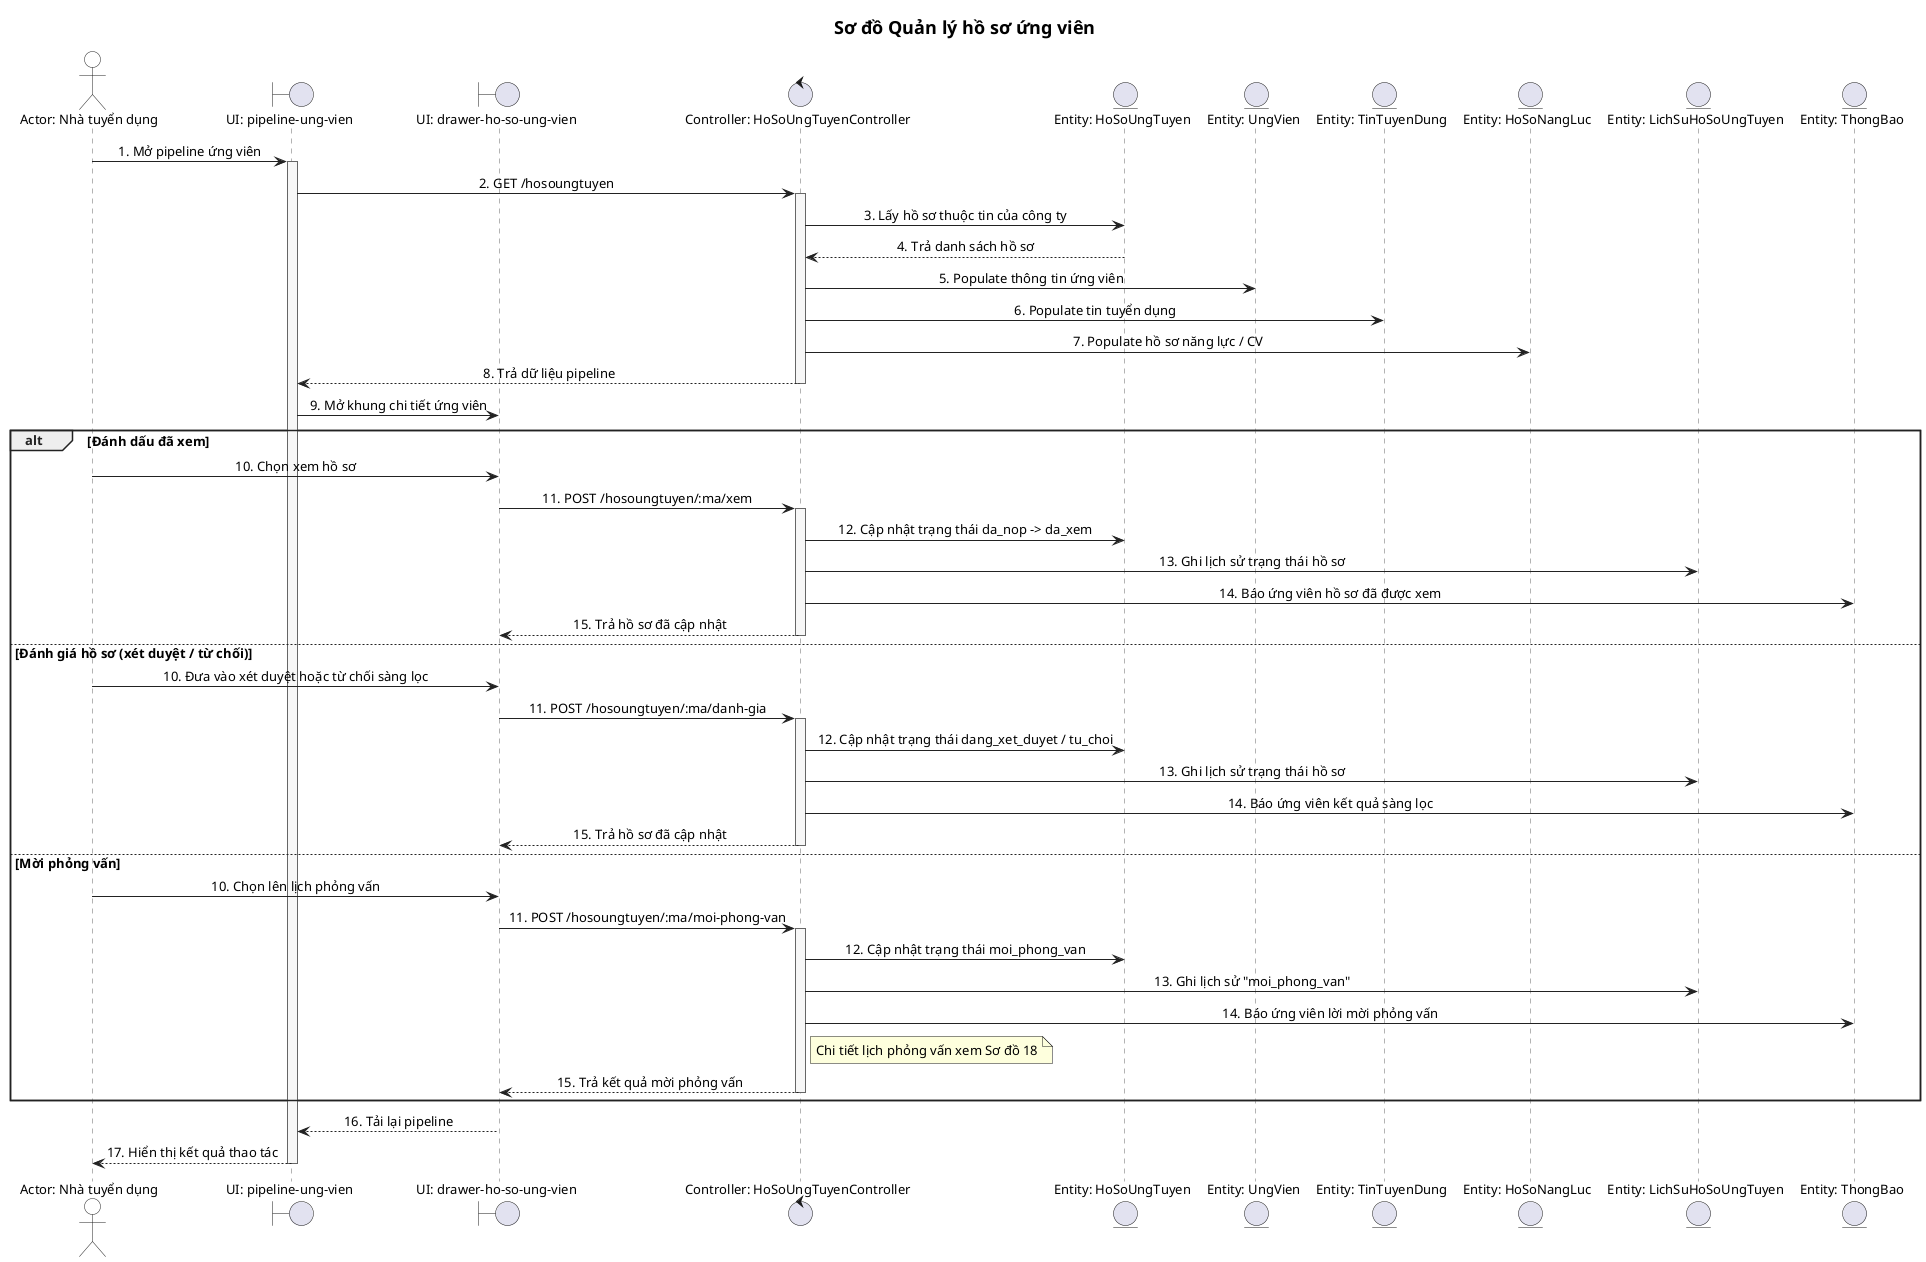
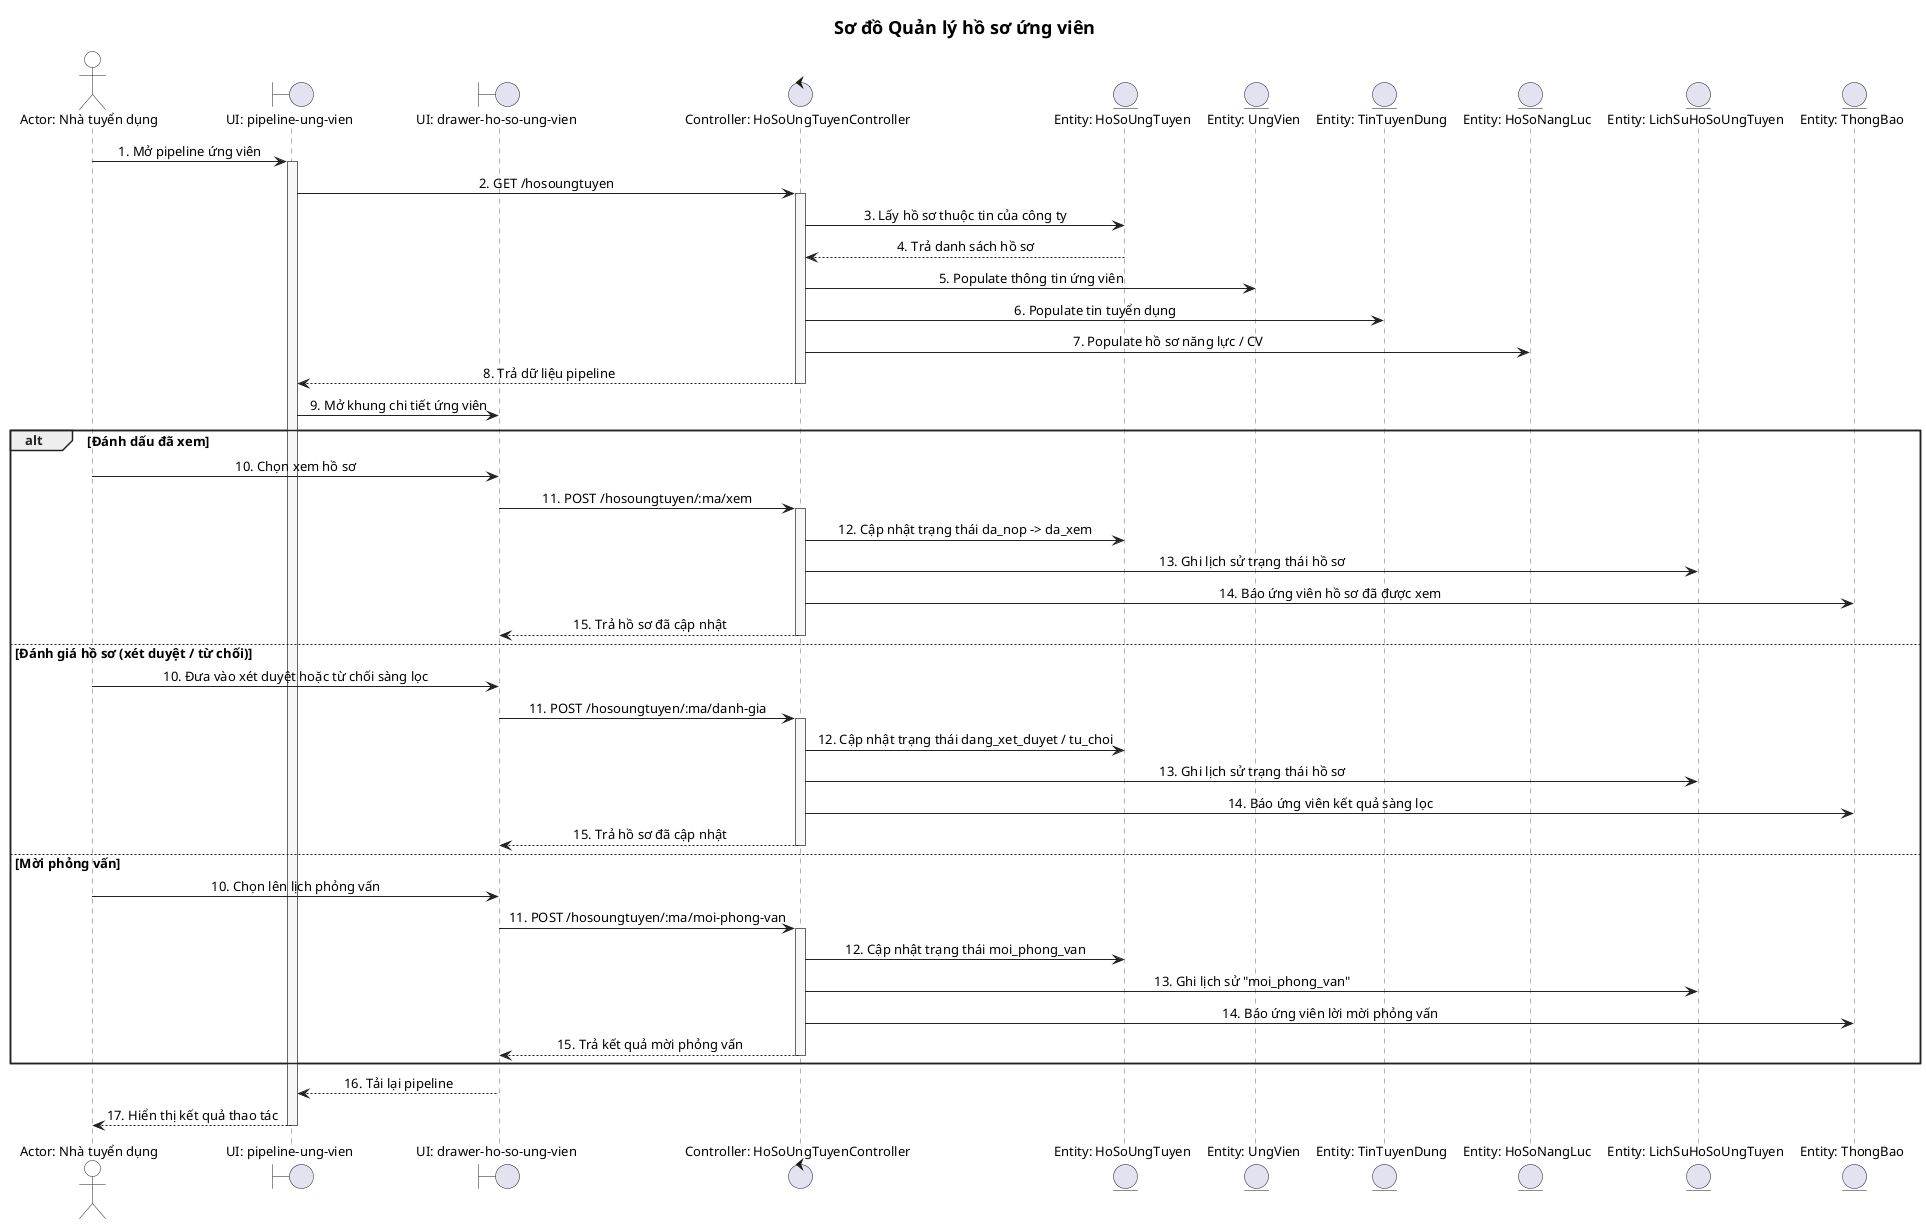
@startuml
skinparam defaultFontName "Segoe UI"
skinparam titleFontName "Segoe UI"
skinparam defaultFontSize 13
skinparam titleFontSize 18
skinparam shadowing false
skinparam linetype ortho
skinparam sequenceMessageAlign center
skinparam sequence {
  ArrowColor #222222
  LifeLineBorderColor #666666
  LifeLineBackgroundColor #F7F7F7
  ParticipantBorderColor #222222
  ParticipantBackgroundColor White
  ActorBorderColor #222222
  ActorBackgroundColor White
  BoxBorderColor #888888
  GroupBorderColor #222222
  GroupHeaderFontColor #222222
}
title Sơ đồ Quản lý hồ sơ ứng viên

actor "Actor: Nhà tuyển dụng" as Actor
boundary "UI: pipeline-ung-vien" as UI
boundary "UI: drawer-ho-so-ung-vien" as Form
control "Controller: HoSoUngTuyenController" as Controller
entity "Entity: HoSoUngTuyen" as HoSoUngTuyen
entity "Entity: UngVien" as UngVien
entity "Entity: TinTuyenDung" as TinTuyenDung
entity "Entity: HoSoNangLuc" as HoSoNangLuc
entity "Entity: LichSuHoSoUngTuyen" as LichSuHoSoUngTuyen
entity "Entity: ThongBao" as ThongBao

Actor -> UI : 1. Mở pipeline ứng viên
activate UI
UI -> Controller : 2. GET /hosoungtuyen
activate Controller
Controller -> HoSoUngTuyen : 3. Lấy hồ sơ thuộc tin của công ty
HoSoUngTuyen --> Controller : 4. Trả danh sách hồ sơ
Controller -> UngVien : 5. Populate thông tin ứng viên
Controller -> TinTuyenDung : 6. Populate tin tuyển dụng
Controller -> HoSoNangLuc : 7. Populate hồ sơ năng lực / CV
Controller --> UI : 8. Trả dữ liệu pipeline
deactivate Controller
UI -> Form : 9. Mở khung chi tiết ứng viên

alt Đánh dấu đã xem
  Actor -> Form : 10. Chọn xem hồ sơ
  Form -> Controller : 11. POST /hosoungtuyen/:ma/xem
  activate Controller
  Controller -> HoSoUngTuyen : 12. Cập nhật trạng thái da_nop -> da_xem
  Controller -> LichSuHoSoUngTuyen : 13. Ghi lịch sử trạng thái hồ sơ
  Controller -> ThongBao : 14. Báo ứng viên hồ sơ đã được xem
  Controller --> Form : 15. Trả hồ sơ đã cập nhật
  deactivate Controller
else Đánh giá hồ sơ (xét duyệt / từ chối)
  Actor -> Form : 10. Đưa vào xét duyệt hoặc từ chối sàng lọc
  Form -> Controller : 11. POST /hosoungtuyen/:ma/danh-gia
  activate Controller
  Controller -> HoSoUngTuyen : 12. Cập nhật trạng thái dang_xet_duyet / tu_choi
  Controller -> LichSuHoSoUngTuyen : 13. Ghi lịch sử trạng thái hồ sơ
  Controller -> ThongBao : 14. Báo ứng viên kết quả sàng lọc
  Controller --> Form : 15. Trả hồ sơ đã cập nhật
  deactivate Controller
else Mời phỏng vấn
  Actor -> Form : 10. Chọn lên lịch phỏng vấn
  Form -> Controller : 11. POST /hosoungtuyen/:ma/moi-phong-van
  activate Controller
  Controller -> HoSoUngTuyen : 12. Cập nhật trạng thái moi_phong_van
  Controller -> LichSuHoSoUngTuyen : 13. Ghi lịch sử "moi_phong_van"
  Controller -> ThongBao : 14. Báo ứng viên lời mời phỏng vấn
-   note right of Controller : Chi tiết lịch phỏng vấn xem Sơ đồ 18
  Controller --> Form : 15. Trả kết quả mời phỏng vấn
  deactivate Controller
end

Form --> UI : 16. Tải lại pipeline
UI --> Actor : 17. Hiển thị kết quả thao tác
deactivate Form
deactivate UI
@enduml
